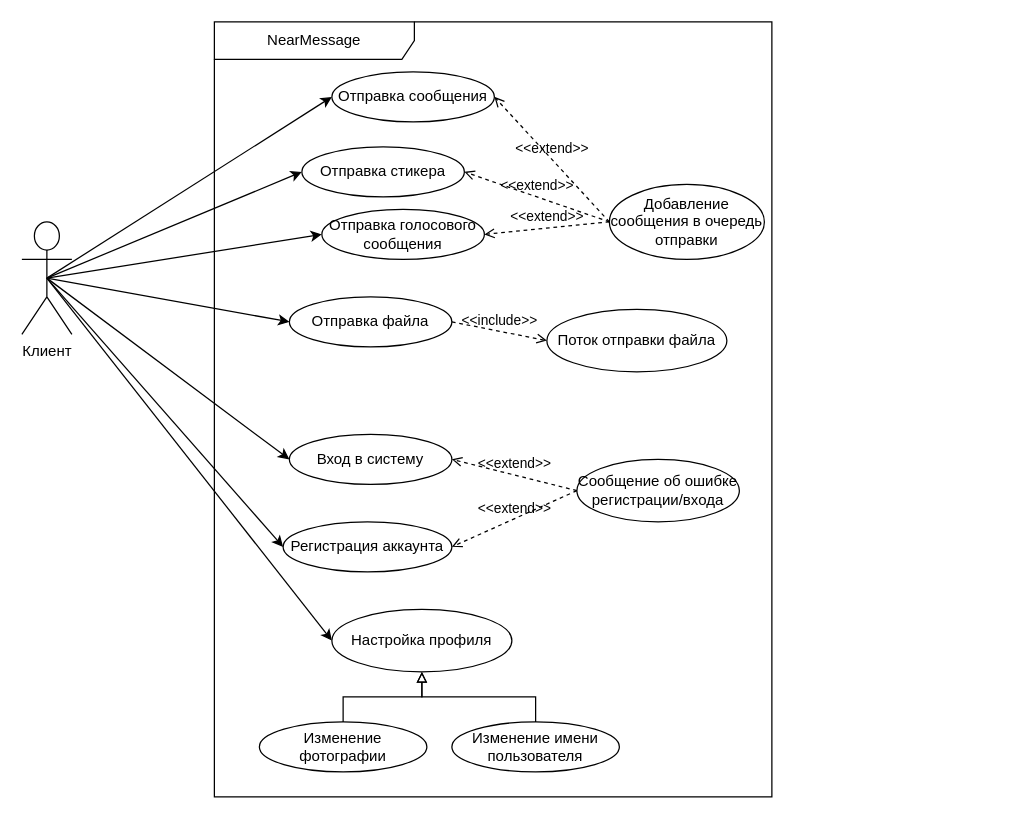
The draw.io diagram page "Use case" (1 of 5) of NearMessageLogic/Diagrams.drawio in choosenname/NearMessage, before the edit. Source tidied: cells renumbered, new cells numbered last; positions are measured from the earlier drawing's top-left corner, leaving out a move shared by most shapes. Both pictures are drawn from the tidied source at 125%, with x=0, y=0 at pixel (21, 21).
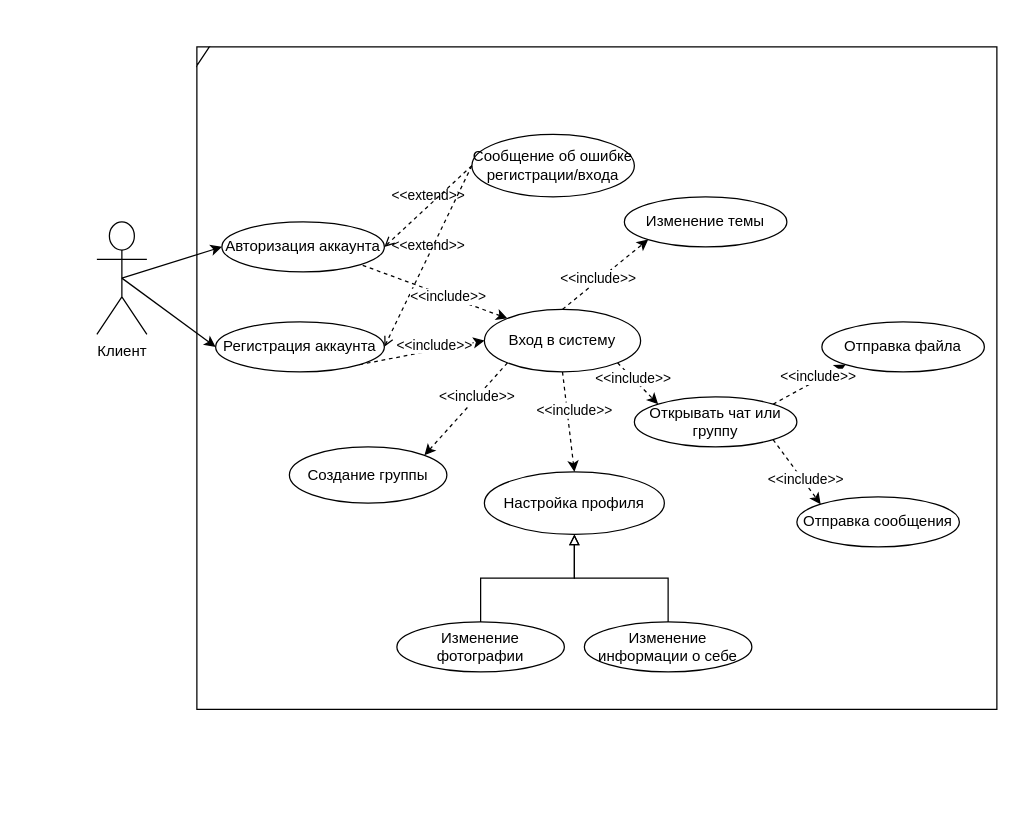
After the change.

The edit, as a diff of the source:
```diff
@@
-    <mxCell id="3" style="edgeStyle=none;rounded=0;jettySize=auto;html=1;exitX=0.5;exitY=0.5;exitDx=0;exitDy=0;exitPerimeter=0;entryX=0;entryY=0.5;entryDx=0;entryDy=0;" parent="1" edge="1" source="9" target="13">
-      <mxGeometry relative="1" as="geometry" />
-    </mxCell>
-    <mxCell id="4" style="edgeStyle=none;rounded=0;jettySize=auto;html=1;exitX=0.5;exitY=0.5;exitDx=0;exitDy=0;exitPerimeter=0;entryX=0;entryY=0.5;entryDx=0;entryDy=0;" parent="1" edge="1" source="9" target="12">
-      <mxGeometry relative="1" as="geometry" />
-    </mxCell>
-    <mxCell id="5" style="edgeStyle=none;rounded=0;jettySize=auto;html=1;exitX=0.5;exitY=0.5;exitDx=0;exitDy=0;exitPerimeter=0;entryX=0;entryY=0.5;entryDx=0;entryDy=0;" parent="1" edge="1" source="9" target="11">
-      <mxGeometry relative="1" as="geometry" />
-    </mxCell>
-    <mxCell id="6" style="edgeStyle=none;rounded=0;jettySize=auto;html=1;exitX=0.5;exitY=0.5;exitDx=0;exitDy=0;exitPerimeter=0;entryX=0;entryY=0.5;entryDx=0;entryDy=0;" parent="1" edge="1" source="9" target="20">
-      <mxGeometry relative="1" as="geometry" />
-    </mxCell>
@@
-    <mxCell id="8" style="edgeStyle=none;rounded=0;jettySize=auto;html=1;exitX=0.5;exitY=0.5;exitDx=0;exitDy=0;exitPerimeter=0;entryX=0;entryY=0.5;entryDx=0;entryDy=0;" parent="1" edge="1" source="9" target="26">
-      <mxGeometry relative="1" as="geometry" />
-    </mxCell>
     <mxCell id="9" value="Клиент" style="shape=umlActor;verticalLabelPosition=bottom;verticalAlign=top;html=1;" parent="1" vertex="1">
-      <mxGeometry y="160" width="40" height="90" as="geometry" />
+      <mxGeometry x="60" y="160" width="40" height="90" as="geometry" />
     </mxCell>
-    <mxCell id="10" value="&lt;div&gt;NearMessage&lt;/div&gt;" style="shape=umlFrame;whiteSpace=wrap;html=1;width=160;" parent="1" vertex="1">
-      <mxGeometry x="154" width="446" height="620" as="geometry" />
+    <mxCell id="10" style="shape=umlFrame;whiteSpace=wrap;html=1;width=10;height=15;" parent="1" vertex="1">
+      <mxGeometry x="140" y="20" width="640" height="530" as="geometry" />
     </mxCell>
     <mxCell id="11" value="Отправка сообщения" style="ellipse;whiteSpace=wrap;html=1;" parent="10" vertex="1">
-      <mxGeometry x="94" y="40" width="130" height="40" as="geometry" />
+      <mxGeometry x="480" y="360" width="130" height="40" as="geometry" />
     </mxCell>
     <mxCell id="12" value="Отправка файла" style="ellipse;whiteSpace=wrap;html=1;" parent="10" vertex="1">
-      <mxGeometry x="60" y="220" width="130" height="40" as="geometry" />
+      <mxGeometry x="500" y="220" width="130" height="40" as="geometry" />
     </mxCell>
-    <mxCell id="13" value="Отправка стикера" style="ellipse;whiteSpace=wrap;html=1;" parent="10" vertex="1">
-      <mxGeometry x="70" y="100" width="130" height="40" as="geometry" />
-    </mxCell>
-    <mxCell id="14" value="Вход в систему" style="ellipse;whiteSpace=wrap;html=1;" parent="10" vertex="1">
-      <mxGeometry x="60" y="330" width="130" height="40" as="geometry" />
+    <mxCell id="14" value="Авторизация аккаунта" style="ellipse;whiteSpace=wrap;html=1;" parent="10" vertex="1">
+      <mxGeometry x="20" y="140" width="130" height="40" as="geometry" />
     </mxCell>
-    <mxCell id="15" value="Добавление сообщения в очередь отправки" style="ellipse;whiteSpace=wrap;html=1;" parent="10" vertex="1">
-      <mxGeometry x="316" y="130" width="124" height="60" as="geometry" />
-    </mxCell>
-    <mxCell id="16" value="&amp;lt;&amp;lt;extend&amp;gt;&amp;gt;" style="html=1;verticalAlign=bottom;labelBackgroundColor=none;endArrow=open;endFill=0;dashed=1;rounded=0;exitX=0;exitY=0.5;exitDx=0;exitDy=0;entryX=1;entryY=0.5;entryDx=0;entryDy=0;" parent="10" edge="1" source="15" target="11">
-      <mxGeometry relative="1" as="geometry" />
-    </mxCell>
-    <mxCell id="17" value="&amp;lt;&amp;lt;extend&amp;gt;&amp;gt;" style="html=1;verticalAlign=bottom;labelBackgroundColor=none;endArrow=open;endFill=0;dashed=1;rounded=0;exitX=0;exitY=0.5;exitDx=0;exitDy=0;entryX=1;entryY=0.5;entryDx=0;entryDy=0;" parent="10" edge="1" source="15" target="13">
-      <mxGeometry relative="1" as="geometry" />
-    </mxCell>
     <mxCell id="18" value="Сообщение об ошибке регистрации/входа" style="ellipse;whiteSpace=wrap;html=1;" parent="10" vertex="1">
-      <mxGeometry x="290" y="350" width="130" height="50" as="geometry" />
+      <mxGeometry x="220" y="70" width="130" height="50" as="geometry" />
     </mxCell>
@@
-    <mxCell id="20" value="Отправка голосового сообщения" style="ellipse;whiteSpace=wrap;html=1;" parent="10" vertex="1">
-      <mxGeometry x="86" y="150" width="130" height="40" as="geometry" />
-    </mxCell>
-    <mxCell id="21" value="&amp;lt;&amp;lt;extend&amp;gt;&amp;gt;" style="html=1;verticalAlign=bottom;labelBackgroundColor=none;endArrow=open;endFill=0;dashed=1;rounded=0;exitX=0;exitY=0.5;exitDx=0;exitDy=0;entryX=1;entryY=0.5;entryDx=0;entryDy=0;" parent="10" edge="1" source="15" target="20">
-      <mxGeometry relative="1" as="geometry" />
-    </mxCell>
+    <mxCell id="31" style="edgeStyle=none;rounded=0;jettySize=auto;html=1;exitX=1;exitY=1;exitDx=0;exitDy=0;entryX=0;entryY=0.5;entryDx=0;entryDy=0;dashed=1;" parent="10" edge="1" source="22" target="44">
+      <mxGeometry relative="1" as="geometry" />
+    </mxCell>
+    <mxCell id="32" value="&amp;lt;&amp;lt;include&amp;gt;&amp;gt;" style="edgeLabel;html=1;align=center;verticalAlign=middle;" parent="31" vertex="1">
+      <mxGeometry x="-0.15" y="-2" relative="1" as="geometry">
+        <mxPoint x="17" y="-10" as="offset" />
+      </mxGeometry>
+    </mxCell>
     <mxCell id="22" value="Регистрация аккаунта" style="ellipse;whiteSpace=wrap;html=1;" parent="10" vertex="1">
-      <mxGeometry x="55" y="400" width="135" height="40" as="geometry" />
+      <mxGeometry x="15" y="220" width="135" height="40" as="geometry" />
     </mxCell>
@@
-    <mxCell id="24" value="&amp;lt;&amp;lt;include&amp;gt;&amp;gt;" style="html=1;verticalAlign=bottom;labelBackgroundColor=none;endArrow=open;endFill=0;dashed=1;rounded=0;exitX=1;exitY=0.5;exitDx=0;exitDy=0;entryX=0;entryY=0.5;entryDx=0;entryDy=0;" parent="10" edge="1" source="12" target="25">
-      <mxGeometry relative="1" as="geometry" />
-    </mxCell>
-    <mxCell id="25" value="Поток отправки файла" style="ellipse;whiteSpace=wrap;html=1;" parent="10" vertex="1">
-      <mxGeometry x="266" y="230" width="144" height="50" as="geometry" />
-    </mxCell>
     <mxCell id="26" value="Настройка профиля" style="ellipse;whiteSpace=wrap;html=1;" parent="10" vertex="1">
-      <mxGeometry x="94" y="470" width="144" height="50" as="geometry" />
+      <mxGeometry x="230" y="340" width="144" height="50" as="geometry" />
     </mxCell>
@@
     <mxCell id="28" value="Изменение фотографии" style="ellipse;whiteSpace=wrap;html=1;" parent="10" vertex="1">
-      <mxGeometry x="36" y="560" width="134" height="40" as="geometry" />
+      <mxGeometry x="160" y="460" width="134" height="40" as="geometry" />
     </mxCell>
@@
-    <mxCell id="30" value="Изменение имени пользователя" style="ellipse;whiteSpace=wrap;html=1;" parent="10" vertex="1">
-      <mxGeometry x="190" y="560" width="134" height="40" as="geometry" />
+    <mxCell id="30" value="Изменение информации о себе" style="ellipse;whiteSpace=wrap;html=1;" parent="10" vertex="1">
+      <mxGeometry x="310" y="460" width="134" height="40" as="geometry" />
     </mxCell>
+    <mxCell id="33" value="Изменение темы" style="ellipse;whiteSpace=wrap;html=1;" parent="10" vertex="1">
+      <mxGeometry x="342" y="120" width="130" height="40" as="geometry" />
+    </mxCell>
+    <mxCell id="34" style="edgeStyle=none;rounded=0;jettySize=auto;html=1;exitX=0;exitY=0;exitDx=0;exitDy=0;entryX=1;entryY=1;entryDx=0;entryDy=0;endArrow=none;endFill=0;startArrow=classic;startFill=1;dashed=1;" parent="10" edge="1" source="44" target="14">
+      <mxGeometry relative="1" as="geometry" />
+    </mxCell>
+    <mxCell id="35" value="&amp;lt;&amp;lt;include&amp;gt;&amp;gt;" style="edgeLabel;html=1;align=center;verticalAlign=middle;" parent="34" vertex="1">
+      <mxGeometry x="-0.14" relative="1" as="geometry">
+        <mxPoint x="3" y="1" as="offset" />
+      </mxGeometry>
+    </mxCell>
+    <mxCell id="36" style="edgeStyle=none;rounded=0;jettySize=auto;html=1;exitX=0.5;exitY=1;exitDx=0;exitDy=0;entryX=0.5;entryY=0;entryDx=0;entryDy=0;dashed=1;" parent="10" edge="1" source="44" target="26">
+      <mxGeometry relative="1" as="geometry" />
+    </mxCell>
+    <mxCell id="37" value="&amp;lt;&amp;lt;include&amp;gt;&amp;gt;" style="edgeLabel;html=1;align=center;verticalAlign=middle;" parent="36" vertex="1">
+      <mxGeometry x="-0.61" y="3" relative="1" as="geometry">
+        <mxPoint x="4" y="15" as="offset" />
+      </mxGeometry>
+    </mxCell>
+    <mxCell id="38" style="edgeStyle=none;rounded=0;jettySize=auto;html=1;exitX=0.5;exitY=0;exitDx=0;exitDy=0;entryX=0;entryY=1;entryDx=0;entryDy=0;dashed=1;" parent="10" edge="1" source="44" target="33">
+      <mxGeometry relative="1" as="geometry" />
+    </mxCell>
+    <mxCell id="39" value="&amp;lt;&amp;lt;include&amp;gt;&amp;gt;" style="edgeLabel;html=1;align=center;verticalAlign=middle;" parent="38" vertex="1">
+      <mxGeometry x="-0.44" y="1" relative="1" as="geometry">
+        <mxPoint x="9" y="-9" as="offset" />
+      </mxGeometry>
+    </mxCell>
+    <mxCell id="40" style="edgeStyle=none;rounded=0;jettySize=auto;html=1;exitX=1;exitY=1;exitDx=0;exitDy=0;entryX=0;entryY=0;entryDx=0;entryDy=0;dashed=1;" parent="10" edge="1" source="44" target="50">
+      <mxGeometry relative="1" as="geometry" />
+    </mxCell>
+    <mxCell id="41" value="&amp;lt;&amp;lt;include&amp;gt;&amp;gt;" style="edgeLabel;html=1;align=center;verticalAlign=middle;" parent="40" vertex="1">
+      <mxGeometry x="0.39" relative="1" as="geometry">
+        <mxPoint x="-10" y="-11" as="offset" />
+      </mxGeometry>
+    </mxCell>
+    <mxCell id="42" style="edgeStyle=none;rounded=0;jettySize=auto;html=1;exitX=0;exitY=1;exitDx=0;exitDy=0;entryX=1;entryY=0;entryDx=0;entryDy=0;dashed=1;" parent="10" edge="1" source="44" target="45">
+      <mxGeometry relative="1" as="geometry" />
+    </mxCell>
+    <mxCell id="43" value="&amp;lt;&amp;lt;include&amp;gt;&amp;gt;" style="edgeLabel;html=1;align=center;verticalAlign=middle;" parent="42" vertex="1">
+      <mxGeometry x="-0.26" y="-1" relative="1" as="geometry" />
+    </mxCell>
+    <mxCell id="44" value="Вход в систему" style="ellipse;whiteSpace=wrap;html=1;" parent="10" vertex="1">
+      <mxGeometry x="230" y="210" width="125" height="50" as="geometry" />
+    </mxCell>
+    <mxCell id="45" value="Создание группы" style="ellipse;whiteSpace=wrap;html=1;" parent="10" vertex="1">
+      <mxGeometry x="74" y="320" width="126" height="45" as="geometry" />
+    </mxCell>
+    <mxCell id="46" style="edgeStyle=none;rounded=0;jettySize=auto;html=1;exitX=1;exitY=0;exitDx=0;exitDy=0;entryX=0;entryY=1;entryDx=0;entryDy=0;dashed=1;" parent="10" edge="1" source="50" target="12">
+      <mxGeometry relative="1" as="geometry" />
+    </mxCell>
+    <mxCell id="47" value="&amp;lt;&amp;lt;include&amp;gt;&amp;gt;" style="edgeLabel;html=1;align=center;verticalAlign=middle;" parent="46" vertex="1">
+      <mxGeometry x="0.26" y="3" relative="1" as="geometry" />
+    </mxCell>
+    <mxCell id="48" style="edgeStyle=none;rounded=0;jettySize=auto;html=1;exitX=1;exitY=1;exitDx=0;exitDy=0;entryX=0;entryY=0;entryDx=0;entryDy=0;dashed=1;" parent="10" edge="1" source="50" target="11">
+      <mxGeometry relative="1" as="geometry" />
+    </mxCell>
+    <mxCell id="49" value="&amp;lt;&amp;lt;include&amp;gt;&amp;gt;" style="edgeLabel;html=1;align=center;verticalAlign=middle;" parent="48" vertex="1">
+      <mxGeometry x="0.28" y="2" relative="1" as="geometry" />
+    </mxCell>
+    <mxCell id="50" value="Открывать чат или группу" style="ellipse;whiteSpace=wrap;html=1;" parent="10" vertex="1">
+      <mxGeometry x="350" y="280" width="130" height="40" as="geometry" />
+    </mxCell>
```
